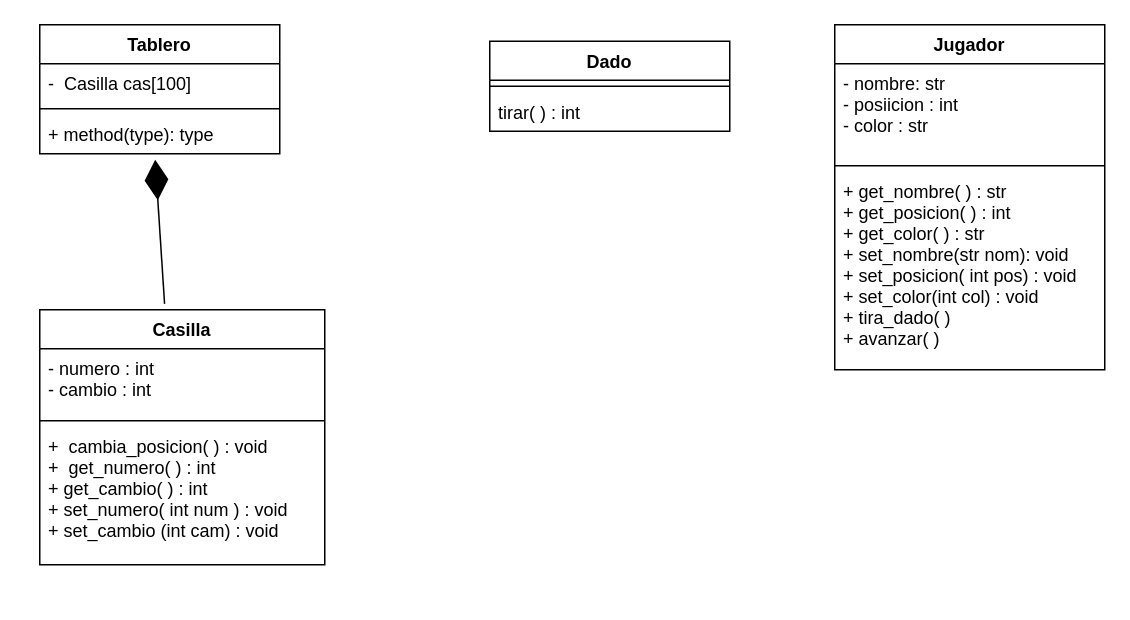
Before: Semana3/serpientes.drawio in GruposTEC/FJ22TC1033.201, a draw.io diagram. Source tidied: cells renumbered, new cells numbered last; positions are measured from the earlier drawing's top-left corner, leaving out a move shared by most shapes. Both pictures are drawn from the tidied source at 150%, with x=0, y=0 at pixel (39, 24).
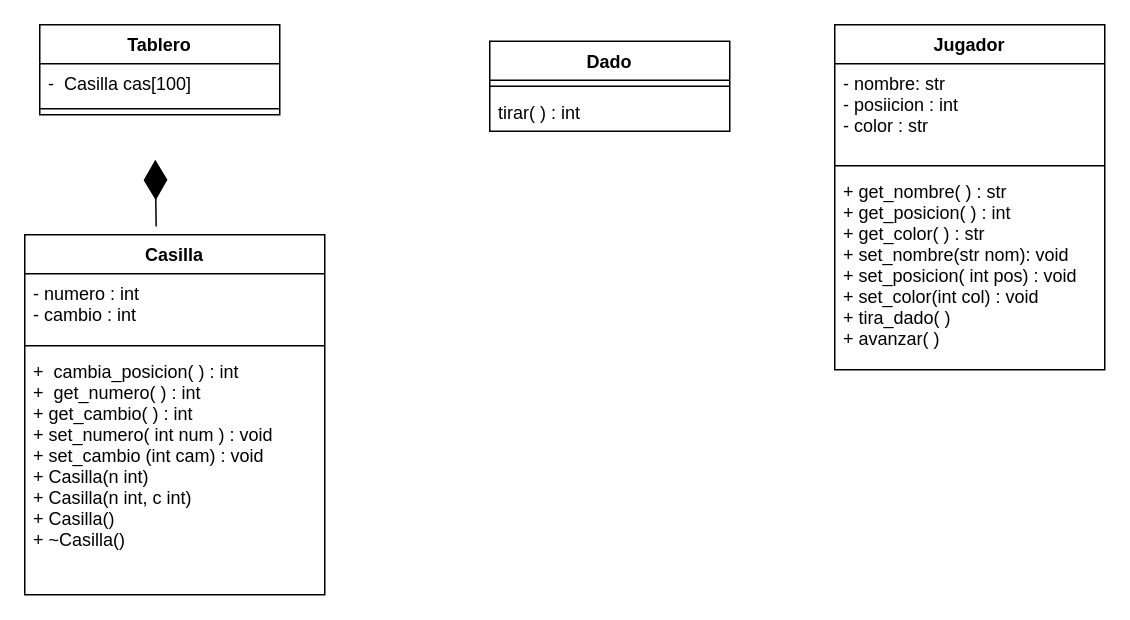
After the change.

The edit, as a diff of the source:
```diff
@@
 <mxGraphModel>
   <root>
     <mxCell id="0" />
     <mxCell id="1" parent="0" />
     <mxCell id="2" value="Casilla" style="swimlane;fontStyle=1;align=center;verticalAlign=top;horizontal=1;startSize=26;" parent="1" vertex="1">
-      <mxGeometry y="190" width="190" height="170" as="geometry" />
+      <mxGeometry x="-10" y="140" width="200" height="240" as="geometry" />
     </mxCell>
     <mxCell id="3" value="- numero : int&#10;- cambio : int" style="text;strokeColor=none;fillColor=none;align=left;verticalAlign=top;spacingLeft=4;spacingRight=4;overflow=hidden;" parent="2" vertex="1">
-      <mxGeometry y="26" width="190" height="44" as="geometry" />
+      <mxGeometry y="26" width="200" height="44" as="geometry" />
     </mxCell>
     <mxCell id="4" style="line;strokeWidth=1;fillColor=none;align=left;verticalAlign=middle;spacingTop=-1;spacingLeft=3;spacingRight=3;labelPosition=right;" parent="2" vertex="1">
-      <mxGeometry y="70" width="190" height="8" as="geometry" />
+      <mxGeometry y="70" width="200" height="8" as="geometry" />
     </mxCell>
-    <mxCell id="5" value="+  cambia_posicion( ) : void&#10;+  get_numero( ) : int&#10;+ get_cambio( ) : int&#10;+ set_numero( int num ) : void&#10;+ set_cambio (int cam) : void" style="text;strokeColor=none;fillColor=none;align=left;verticalAlign=top;spacingLeft=4;spacingRight=4;overflow=hidden;" parent="2" vertex="1">
-      <mxGeometry y="78" width="190" height="92" as="geometry" />
+    <mxCell id="5" value="+  cambia_posicion( ) : int&#10;+  get_numero( ) : int&#10;+ get_cambio( ) : int&#10;+ set_numero( int num ) : void&#10;+ set_cambio (int cam) : void&#10;+ Casilla(n int)&#10;+ Casilla(n int, c int)&#10;+ Casilla()&#10;+ ~Casilla()" style="text;strokeColor=none;fillColor=none;align=left;verticalAlign=top;spacingLeft=4;spacingRight=4;overflow=hidden;" parent="2" vertex="1">
+      <mxGeometry y="78" width="200" height="162" as="geometry" />
     </mxCell>
     <mxCell id="6" value="Tablero" style="swimlane;fontStyle=1;align=center;verticalAlign=top;horizontal=1;startSize=26;" parent="1" vertex="1">
-      <mxGeometry width="160" height="86" as="geometry" />
+      <mxGeometry width="160" height="60" as="geometry" />
     </mxCell>
     <mxCell id="7" value="-  Casilla cas[100]" style="text;strokeColor=none;fillColor=none;align=left;verticalAlign=top;spacingLeft=4;spacingRight=4;overflow=hidden;" parent="6" vertex="1">
       <mxGeometry y="26" width="160" height="26" as="geometry" />
     </mxCell>
     <mxCell id="8" style="line;strokeWidth=1;fillColor=none;align=left;verticalAlign=middle;spacingTop=-1;spacingLeft=3;spacingRight=3;labelPosition=right;" parent="6" vertex="1">
       <mxGeometry y="52" width="160" height="8" as="geometry" />
     </mxCell>
-    <mxCell id="9" value="+ method(type): type" style="text;strokeColor=none;fillColor=none;align=left;verticalAlign=top;spacingLeft=4;spacingRight=4;overflow=hidden;points=[[0,0.5],[1,0.5]];portConstraint=eastwest;" parent="6" vertex="1">
-      <mxGeometry y="60" width="160" height="26" as="geometry" />
-    </mxCell>
-    <mxCell id="10" style="endArrow=diamondThin;endFill=1;endSize=24;html=1;exitX=0.438;exitY=-0.023;exitDx=0;exitDy=0;exitPerimeter=0;entryX=0.481;entryY=1.154;entryDx=0;entryDy=0;entryPerimeter=0;" parent="1" edge="1" source="2" target="9">
-      <mxGeometry relative="1" as="geometry" />
+    <mxCell id="10" style="endArrow=diamondThin;endFill=1;endSize=24;html=1;exitX=0.438;exitY=-0.023;exitDx=0;exitDy=0;exitPerimeter=0;entryX=0.481;entryY=1.154;entryDx=0;entryDy=0;entryPerimeter=0;" parent="1" edge="1" source="2">
+      <mxGeometry relative="1" as="geometry">
+        <mxPoint x="77" y="90" as="targetPoint" />
+      </mxGeometry>
     </mxCell>
     <mxCell id="11" value="Dado" style="swimlane;fontStyle=1;align=center;verticalAlign=top;horizontal=1;startSize=26;" parent="1" vertex="1">
       <mxGeometry x="300" y="11" width="160" height="60" as="geometry" />
     </mxCell>
     <mxCell id="12" style="line;strokeWidth=1;fillColor=none;align=left;verticalAlign=middle;spacingTop=-1;spacingLeft=3;spacingRight=3;labelPosition=right;" parent="11" vertex="1">
       <mxGeometry y="26" width="160" height="8" as="geometry" />
     </mxCell>
     <mxCell id="13" value="tirar( ) : int" style="text;strokeColor=none;fillColor=none;align=left;verticalAlign=top;spacingLeft=4;spacingRight=4;overflow=hidden;" parent="11" vertex="1">
       <mxGeometry y="34" width="160" height="26" as="geometry" />
     </mxCell>
     <mxCell id="14" value="Jugador" style="swimlane;fontStyle=1;align=center;verticalAlign=top;horizontal=1;startSize=26;" parent="1" vertex="1">
       <mxGeometry x="530" width="180" height="230" as="geometry" />
     </mxCell>
     <mxCell id="15" value="- nombre: str&#10;- posiicion : int&#10;- color : str" style="text;strokeColor=none;fillColor=none;align=left;verticalAlign=top;spacingLeft=4;spacingRight=4;overflow=hidden;" parent="14" vertex="1">
       <mxGeometry y="26" width="180" height="64" as="geometry" />
     </mxCell>
     <mxCell id="16" style="line;strokeWidth=1;fillColor=none;align=left;verticalAlign=middle;spacingTop=-1;spacingLeft=3;spacingRight=3;labelPosition=right;" parent="14" vertex="1">
       <mxGeometry y="90" width="180" height="8" as="geometry" />
     </mxCell>
     <mxCell id="17" value="+ get_nombre( ) : str&#10;+ get_posicion( ) : int&#10;+ get_color( ) : str&#10;+ set_nombre(str nom): void&#10;+ set_posicion( int pos) : void&#10;+ set_color(int col) : void&#10;+ tira_dado( )&#10;+ avanzar( )&#10;" style="text;strokeColor=none;fillColor=none;align=left;verticalAlign=top;spacingLeft=4;spacingRight=4;overflow=hidden;" parent="14" vertex="1">
       <mxGeometry y="98" width="180" height="132" as="geometry" />
     </mxCell>
   </root>
 </mxGraphModel>
```
